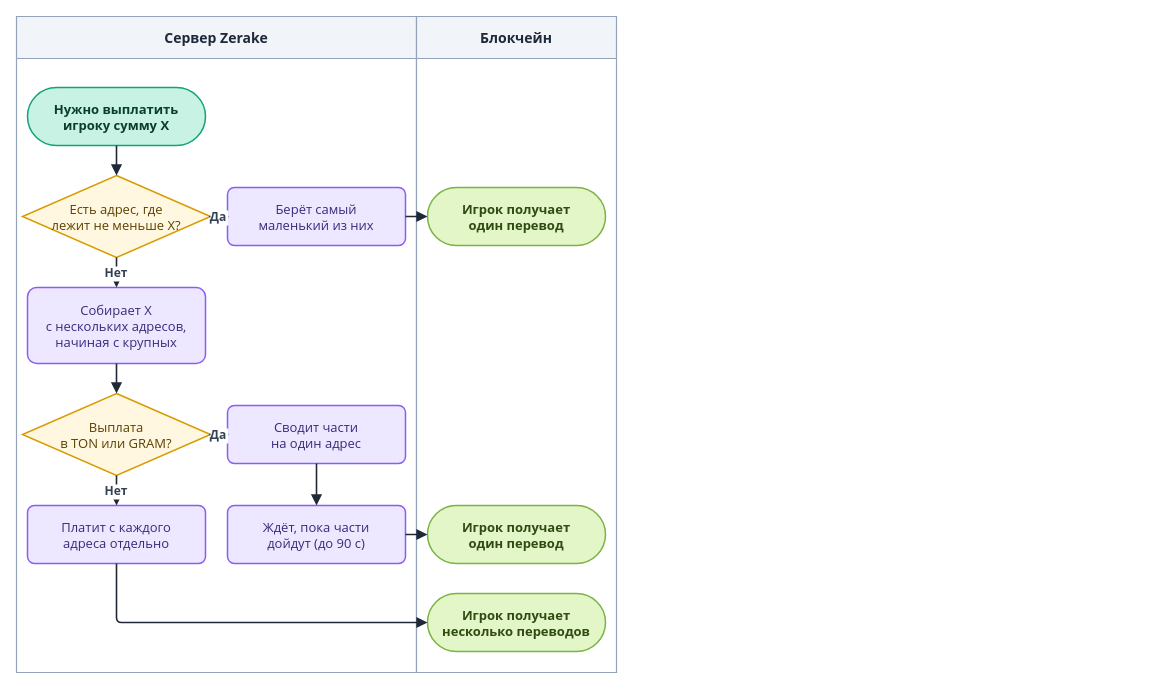
LILSUFFER/zerake-docs keeps this draw.io diagram as diagrams/drawio/payout-sources.drawio. Above is the earlier version. Source tidied: cells renumbered, new cells numbered last; positions are measured from the earlier drawing's top-left corner, leaving out a move shared by most shapes. Both pictures are drawn from the tidied source at 100%, with x=0, y=0 at pixel (16, 16).
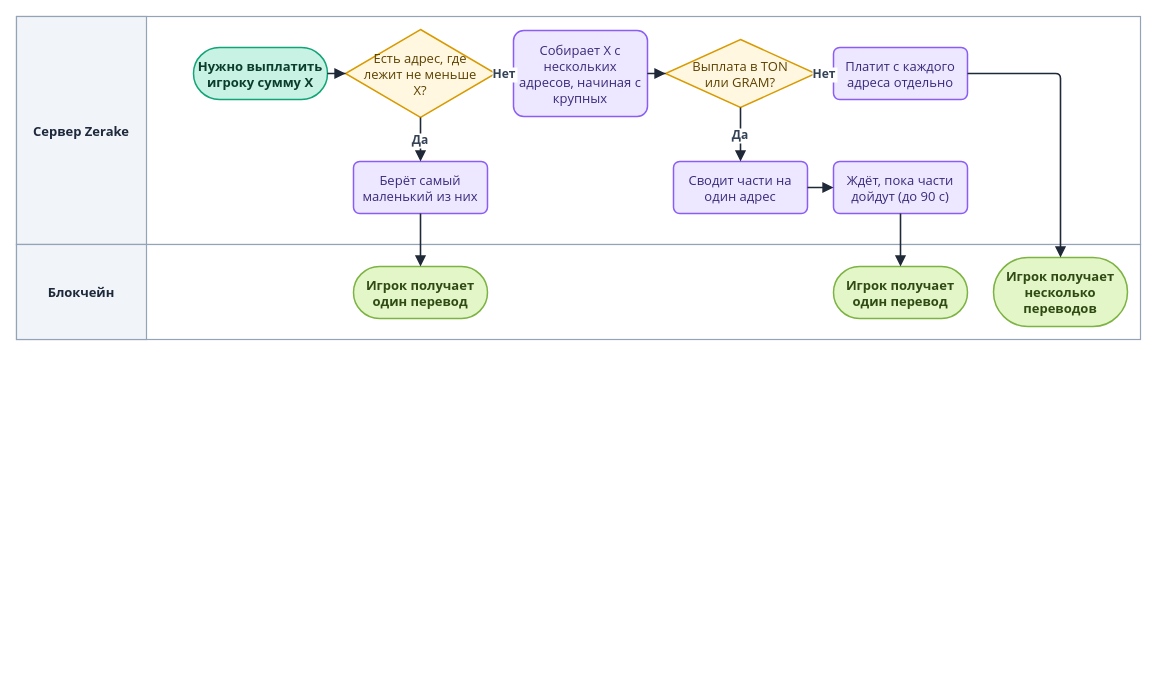
After the change.

Diff of the diagram source:
```diff
@@
+    <mxCell id="25" style="rounded=0;html=0;fillColor=#FFFFFF;strokeColor=#94A3B8;strokeWidth=1.2;" parent="1" vertex="1">
+      <mxGeometry width="1124" height="228" as="geometry" />
+    </mxCell>
-    <mxCell id="2" value="Сервер Zerake" style="swimlane;horizontal=1;startSize=42;fillColor=#F1F4F9;swimlaneFillColor=#FFFFFF;strokeColor=#94A3B8;fontColor=#1E293B;fontStyle=1;fontSize=14;fontFamily=Segoe UI;strokeWidth=1.2;" parent="1" vertex="1">
-      <mxGeometry width="400" height="656" as="geometry" />
+    <mxCell id="2" value="Сервер Zerake" style="rounded=0;html=0;fillColor=#F1F4F9;strokeColor=#94A3B8;strokeWidth=1.2;fontColor=#1E293B;fontStyle=1;fontSize=13;fontFamily=Segoe UI;align=center;verticalAlign=middle;" parent="1" vertex="1">
+      <mxGeometry width="130" height="228" as="geometry" />
     </mxCell>
+    <mxCell id="26" style="rounded=0;html=0;fillColor=#FFFFFF;strokeColor=#94A3B8;strokeWidth=1.2;" parent="1" vertex="1">
+      <mxGeometry y="228" width="1124" height="95" as="geometry" />
+    </mxCell>
-    <mxCell id="3" value="Блокчейн" style="swimlane;horizontal=1;startSize=42;fillColor=#F1F4F9;swimlaneFillColor=#FFFFFF;strokeColor=#94A3B8;fontColor=#1E293B;fontStyle=1;fontSize=14;fontFamily=Segoe UI;strokeWidth=1.2;" parent="1" vertex="1">
-      <mxGeometry x="400" width="200" height="656" as="geometry" />
+    <mxCell id="3" value="Блокчейн" style="rounded=0;html=0;fillColor=#F1F4F9;strokeColor=#94A3B8;strokeWidth=1.2;fontColor=#1E293B;fontStyle=1;fontSize=13;fontFamily=Segoe UI;align=center;verticalAlign=middle;" parent="1" vertex="1">
+      <mxGeometry y="228" width="130" height="95" as="geometry" />
     </mxCell>
     <mxCell id="4" value="Нужно выплатить&#10;игроку сумму X" style="rounded=1;arcSize=50;html=0;fontStyle=1;fillColor=#C7F2E4;strokeColor=#12A477;fontColor=#0B3D2C;fontFamily=Segoe UI;fontSize=13;strokeWidth=1.5;" parent="1" vertex="1">
-      <mxGeometry x="11" y="71" width="178" height="58" as="geometry" />
+      <mxGeometry x="177" y="31" width="134" height="52" as="geometry" />
     </mxCell>
-    <mxCell id="5" value="Есть адрес, где&#10;лежит не меньше X?" style="rhombus;html=0;fillColor=#FFF7E0;strokeColor=#D99A00;fontColor=#5C4100;fontFamily=Segoe UI;fontSize=13;strokeWidth=1.5;" parent="1" vertex="1">
-      <mxGeometry x="6" y="159" width="188" height="82" as="geometry" />
+    <mxCell id="5" value="Есть адрес, где&#10;лежит не меньше&#10;X?" style="rhombus;html=0;fillColor=#FFF7E0;strokeColor=#D99A00;fontColor=#5C4100;fontFamily=Segoe UI;fontSize=13;strokeWidth=1.5;" parent="1" vertex="1">
+      <mxGeometry x="329" y="13" width="150" height="88" as="geometry" />
     </mxCell>
     <mxCell id="6" value="Берёт самый&#10;маленький из них" style="rounded=1;arcSize=12;html=0;fillColor=#EDE7FF;strokeColor=#8B5CF6;fontColor=#3B2A7A;fontFamily=Segoe UI;fontSize=13;strokeWidth=1.5;" parent="1" vertex="1">
-      <mxGeometry x="211" y="171" width="178" height="58" as="geometry" />
+      <mxGeometry x="337" y="145" width="134" height="52" as="geometry" />
     </mxCell>
     <mxCell id="7" value="Игрок получает&#10;один перевод" style="rounded=1;arcSize=50;html=0;fontStyle=1;fillColor=#E3F6C8;strokeColor=#7CB342;fontColor=#2F4A12;fontFamily=Segoe UI;fontSize=13;strokeWidth=1.5;" parent="1" vertex="1">
-      <mxGeometry x="411" y="171" width="178" height="58" as="geometry" />
+      <mxGeometry x="337" y="250" width="134" height="52" as="geometry" />
     </mxCell>
-    <mxCell id="8" value="Собирает X&#10;с нескольких адресов,&#10;начиная с крупных" style="rounded=1;arcSize=12;html=0;fillColor=#EDE7FF;strokeColor=#8B5CF6;fontColor=#3B2A7A;fontFamily=Segoe UI;fontSize=13;strokeWidth=1.5;" parent="1" vertex="1">
-      <mxGeometry x="11" y="271" width="178" height="76" as="geometry" />
+    <mxCell id="8" value="Собирает X с&#10;нескольких&#10;адресов, начиная с&#10;крупных" style="rounded=1;arcSize=12;html=0;fillColor=#EDE7FF;strokeColor=#8B5CF6;fontColor=#3B2A7A;fontFamily=Segoe UI;fontSize=13;strokeWidth=1.5;" parent="1" vertex="1">
+      <mxGeometry x="497" y="14" width="134" height="86" as="geometry" />
     </mxCell>
-    <mxCell id="9" value="Выплата&#10;в TON или GRAM?" style="rhombus;html=0;fillColor=#FFF7E0;strokeColor=#D99A00;fontColor=#5C4100;fontFamily=Segoe UI;fontSize=13;strokeWidth=1.5;" parent="1" vertex="1">
-      <mxGeometry x="6" y="377" width="188" height="82" as="geometry" />
+    <mxCell id="9" value="Выплата в TON&#10;или GRAM?" style="rhombus;html=0;fillColor=#FFF7E0;strokeColor=#D99A00;fontColor=#5C4100;fontFamily=Segoe UI;fontSize=13;strokeWidth=1.5;" parent="1" vertex="1">
+      <mxGeometry x="649" y="23" width="150" height="68" as="geometry" />
     </mxCell>
-    <mxCell id="10" value="Сводит части&#10;на один адрес" style="rounded=1;arcSize=12;html=0;fillColor=#EDE7FF;strokeColor=#8B5CF6;fontColor=#3B2A7A;fontFamily=Segoe UI;fontSize=13;strokeWidth=1.5;" parent="1" vertex="1">
-      <mxGeometry x="211" y="389" width="178" height="58" as="geometry" />
+    <mxCell id="10" value="Сводит части на&#10;один адрес" style="rounded=1;arcSize=12;html=0;fillColor=#EDE7FF;strokeColor=#8B5CF6;fontColor=#3B2A7A;fontFamily=Segoe UI;fontSize=13;strokeWidth=1.5;" parent="1" vertex="1">
+      <mxGeometry x="657" y="145" width="134" height="52" as="geometry" />
     </mxCell>
     <mxCell id="11" value="Ждёт, пока части&#10;дойдут (до 90 с)" style="rounded=1;arcSize=12;html=0;fillColor=#EDE7FF;strokeColor=#8B5CF6;fontColor=#3B2A7A;fontFamily=Segoe UI;fontSize=13;strokeWidth=1.5;" parent="1" vertex="1">
-      <mxGeometry x="211" y="489" width="178" height="58" as="geometry" />
+      <mxGeometry x="817" y="145" width="134" height="52" as="geometry" />
     </mxCell>
     <mxCell id="12" value="Игрок получает&#10;один перевод" style="rounded=1;arcSize=50;html=0;fontStyle=1;fillColor=#E3F6C8;strokeColor=#7CB342;fontColor=#2F4A12;fontFamily=Segoe UI;fontSize=13;strokeWidth=1.5;" parent="1" vertex="1">
-      <mxGeometry x="411" y="489" width="178" height="58" as="geometry" />
+      <mxGeometry x="817" y="250" width="134" height="52" as="geometry" />
     </mxCell>
     <mxCell id="13" value="Платит с каждого&#10;адреса отдельно" style="rounded=1;arcSize=12;html=0;fillColor=#EDE7FF;strokeColor=#8B5CF6;fontColor=#3B2A7A;fontFamily=Segoe UI;fontSize=13;strokeWidth=1.5;" parent="1" vertex="1">
-      <mxGeometry x="11" y="489" width="178" height="58" as="geometry" />
+      <mxGeometry x="817" y="31" width="134" height="52" as="geometry" />
     </mxCell>
-    <mxCell id="14" value="Игрок получает&#10;несколько переводов" style="rounded=1;arcSize=50;html=0;fontStyle=1;fillColor=#E3F6C8;strokeColor=#7CB342;fontColor=#2F4A12;fontFamily=Segoe UI;fontSize=13;strokeWidth=1.5;" parent="1" vertex="1">
-      <mxGeometry x="411" y="577" width="178" height="58" as="geometry" />
+    <mxCell id="14" value="Игрок получает&#10;несколько&#10;переводов" style="rounded=1;arcSize=50;html=0;fontStyle=1;fillColor=#E3F6C8;strokeColor=#7CB342;fontColor=#2F4A12;fontFamily=Segoe UI;fontSize=13;strokeWidth=1.5;" parent="1" vertex="1">
+      <mxGeometry x="977" y="241" width="134" height="69" as="geometry" />
     </mxCell>
@@
-    <mxCell id="24" style="edgeStyle=orthogonalEdgeStyle;rounded=1;arcSize=10;jettySize=auto;html=0;strokeColor=#1F2937;strokeWidth=1.6;endArrow=block;endFill=1;endSize=7;fontFamily=Segoe UI;fontSize=12;fontStyle=1;fontColor=#334155;labelBackgroundColor=#FFFFFF;exitX=0.5;exitY=1;entryX=0;entryY=0.5;" parent="1" edge="1" source="13" target="14">
+    <mxCell id="24" style="edgeStyle=orthogonalEdgeStyle;rounded=1;arcSize=10;jettySize=auto;html=0;strokeColor=#1F2937;strokeWidth=1.6;endArrow=block;endFill=1;endSize=7;fontFamily=Segoe UI;fontSize=12;fontStyle=1;fontColor=#334155;labelBackgroundColor=#FFFFFF;exitX=1;exitY=0.5;entryX=0.5;entryY=0;" parent="1" edge="1" source="13" target="14">
       <mxGeometry relative="1" as="geometry" />
     </mxCell>
```
